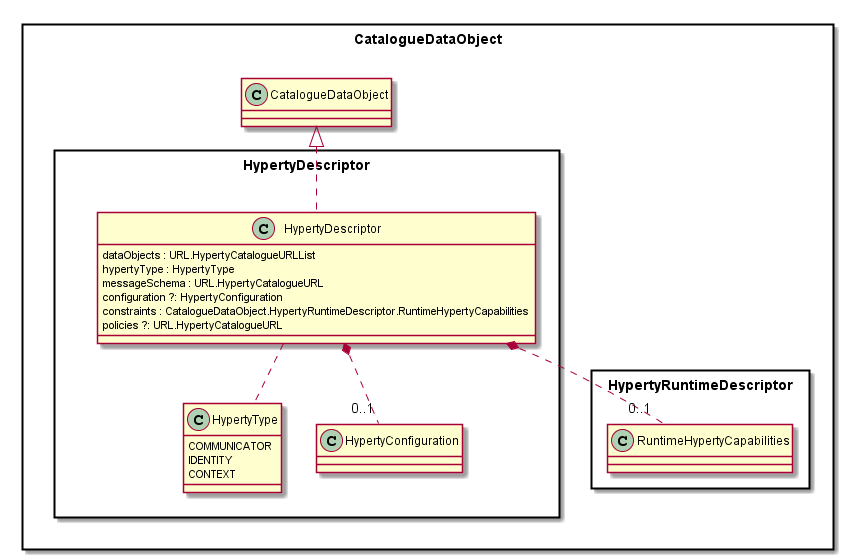
Earlier version of the PlantUML export docs/datamodel/core/hyperty-catalogue/Hyperty-Descriptor-Data-Object-Model.png (reTHINK-project/dev-service-framework).
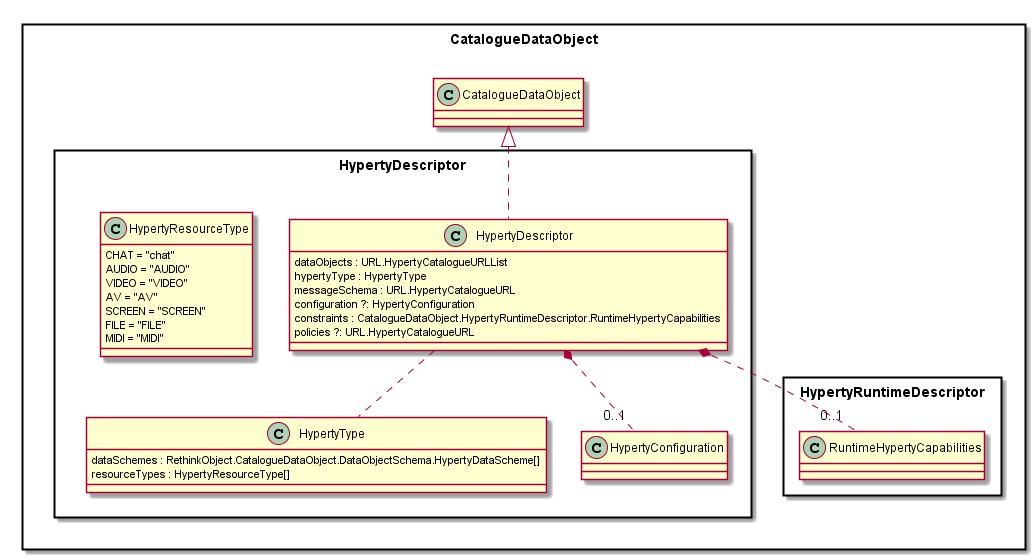
After the commit.

What changed in the source:
```diff
@@ -7,11 +7,8 @@
 
 package HypertyDescriptor <<Rect>> {
 
-	class HypertyType {
-		COMMUNICATOR
-		IDENTITY
-		CONTEXT
-	}
+
+
 
 	class HypertyDescriptor {
 		dataObjects : URL.HypertyCatalogueURLList
@@ -21,6 +18,21 @@
 		constraints : CatalogueDataObject.HypertyRuntimeDescriptor.RuntimeHypertyCapabilities
 		policies ?: URL.HypertyCatalogueURL
 	}
+
+	class HypertyType {
+		dataSchemes : RethinkObject.CatalogueDataObject.DataObjectSchema.HypertyDataScheme[]
+		resourceTypes : HypertyResourceType[]
+	}
+
+		class HypertyResourceType {
+			CHAT = "chat"
+			AUDIO = "AUDIO"
+			VIDEO = "VIDEO"
+			AV = "AV"
+			SCREEN = "SCREEN"
+			FILE = "FILE"
+			MIDI = "MIDI"
+		}
 
 	class HypertyConfiguration {
 
```
